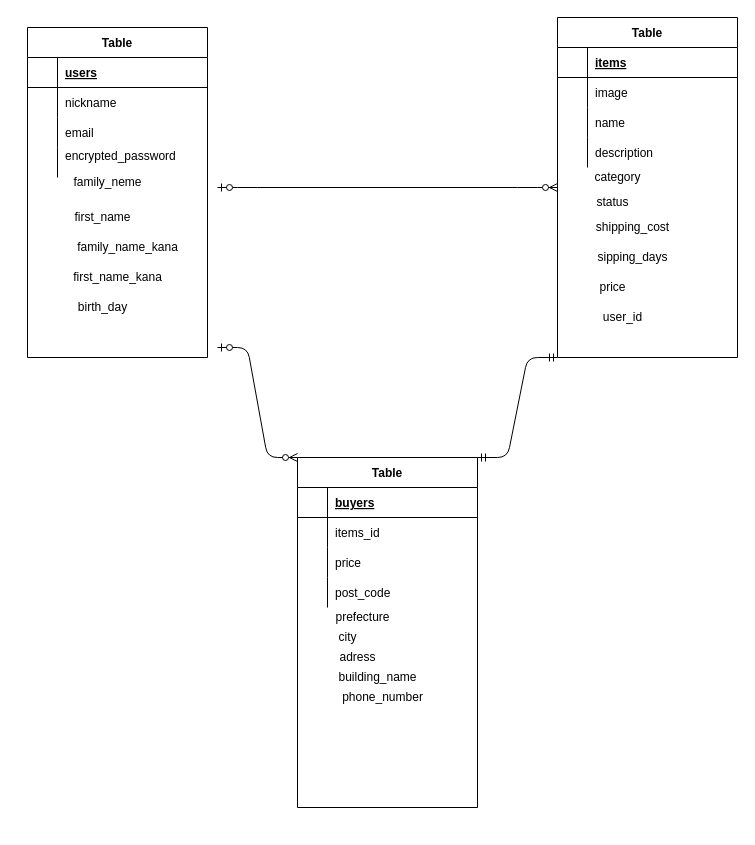
Above: furima.dio in jpei-kawakun/furima-34431 (draw.io), before the change. Source tidied: cells renumbered, new cells numbered last; positions are measured from the earlier drawing's top-left corner, leaving out a move shared by most shapes. Both pictures are drawn from the tidied source at 100%, with x=0, y=0 at pixel (27, 17).
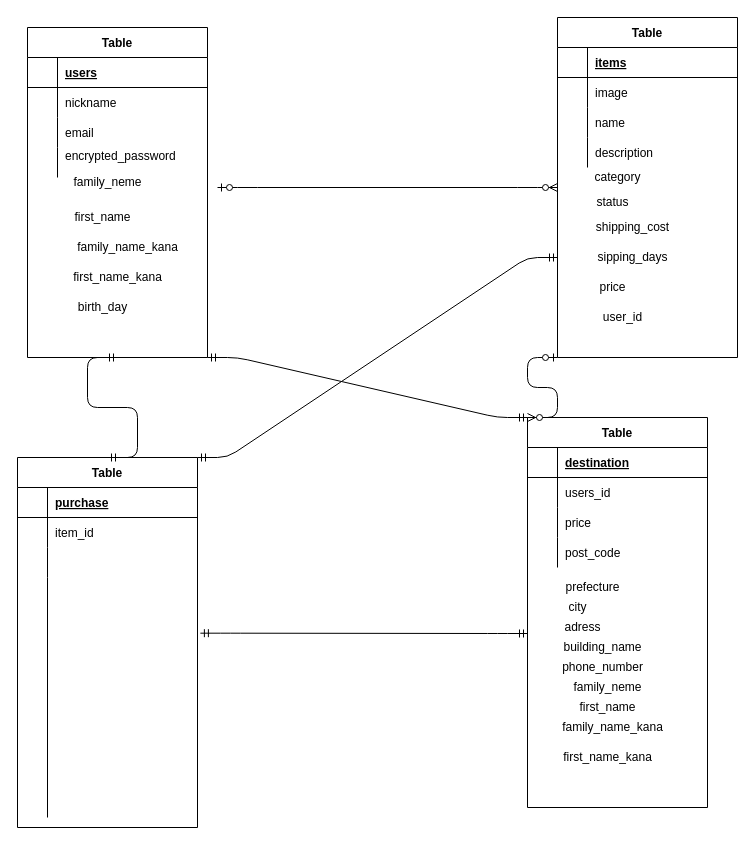
The same diagram, later.

Commit message (it also covers changes not shown here):
配送先テーブル、購入管理ページの振り分け

Unchanged cells that the change refers to:
```xml
<mxCell id="2" value="Table" style="shape=table;startSize=30;childLayout=tableLayout;rowLines=0;fontStyle=1;align=center;" parent="1" vertex="1">
  <mxGeometry y="10" width="180" height="330" as="geometry" />
</mxCell>
<mxCell id="15" value="Table" style="shape=table;startSize=30;childLayout=tableLayout;rowLines=0;fontStyle=1;align=center;" parent="1" vertex="1">
  <mxGeometry x="530" width="180" height="340" as="geometry" />
</mxCell>
<mxCell id="41" style="shape=partialRectangle;fillColor=none;top=0;left=0;bottom=1;right=0;" parent="40" vertex="1">
  <mxGeometry y="30" width="180" height="30" as="geometry" />
</mxCell>
<mxCell id="44" style="shape=partialRectangle;fillColor=none;top=0;left=0;bottom=0;right=0;" parent="40" vertex="1">
  <mxGeometry y="60" width="180" height="30" as="geometry" />
</mxCell>
```

Diff of the diagram source:
```diff
@@
     <mxCell id="40" value="Table" style="shape=table;startSize=30;childLayout=tableLayout;rowLines=0;fontStyle=1;align=center;" parent="1" vertex="1">
-      <mxGeometry x="270" y="440" width="180" height="350" as="geometry" />
+      <mxGeometry x="500" y="400" width="180" height="390" as="geometry" />
     </mxCell>
@@
-    <mxCell id="43" value="buyers" style="shape=partialRectangle;fillColor=none;top=0;left=0;bottom=0;right=0;align=left;spacingLeft=6;fontStyle=5;overflow=hidden;" parent="41" vertex="1">
+    <mxCell id="43" value="destination" style="shape=partialRectangle;fillColor=none;top=0;left=0;bottom=0;right=0;align=left;spacingLeft=6;fontStyle=5;overflow=hidden;" parent="41" vertex="1">
       <mxGeometry x="30" width="150" height="30" as="geometry" />
     </mxCell>
@@
-    <mxCell id="46" value="items_id" style="shape=partialRectangle;fillColor=none;top=0;left=0;bottom=0;right=0;align=left;spacingLeft=6;overflow=hidden;" parent="44" vertex="1">
+    <mxCell id="46" value="users_id" style="shape=partialRectangle;fillColor=none;top=0;left=0;bottom=0;right=0;align=left;spacingLeft=6;overflow=hidden;" parent="44" vertex="1">
       <mxGeometry x="30" width="150" height="30" as="geometry" />
     </mxCell>
@@
-    <mxCell id="54" style="edgeStyle=entityRelationEdgeStyle;fontSize=12;html=1;endArrow=ERzeroToMany;startArrow=ERzeroToOne;entryX=0;entryY=0;entryDx=0;entryDy=0;" parent="1" edge="1" target="40">
-      <mxGeometry relative="1" as="geometry">
-        <mxPoint x="190" y="330" as="sourcePoint" />
-      </mxGeometry>
-    </mxCell>
-    <mxCell id="55" style="edgeStyle=entityRelationEdgeStyle;fontSize=12;html=1;endArrow=ERmandOne;startArrow=ERmandOne;entryX=0;entryY=1;entryDx=0;entryDy=0;exitX=1;exitY=0;exitDx=0;exitDy=0;" parent="1" edge="1" source="40" target="15">
-      <mxGeometry relative="1" as="geometry" />
-    </mxCell>
     <mxCell id="56" value="prefecture" style="text;html=1;align=center;verticalAlign=middle;" parent="1" vertex="1">
-      <mxGeometry x="300" y="590" width="70" height="20" as="geometry" />
+      <mxGeometry x="530" y="560" width="70" height="20" as="geometry" />
     </mxCell>
     <mxCell id="57" value="city" style="text;html=1;align=center;verticalAlign=middle;" parent="1" vertex="1">
-      <mxGeometry x="305" y="610" width="30" height="20" as="geometry" />
+      <mxGeometry x="535" y="580" width="30" height="20" as="geometry" />
     </mxCell>
     <mxCell id="58" value="adress" style="text;html=1;align=center;verticalAlign=middle;" parent="1" vertex="1">
-      <mxGeometry x="305" y="630" width="50" height="20" as="geometry" />
+      <mxGeometry x="530" y="600" width="50" height="20" as="geometry" />
     </mxCell>
     <mxCell id="59" value="building_name" style="text;html=1;align=center;verticalAlign=middle;" parent="1" vertex="1">
-      <mxGeometry x="305" y="650" width="90" height="20" as="geometry" />
+      <mxGeometry x="530" y="620" width="90" height="20" as="geometry" />
     </mxCell>
     <mxCell id="60" value="phone_number" style="text;html=1;align=center;verticalAlign=middle;" parent="1" vertex="1">
-      <mxGeometry x="305" y="670" width="100" height="20" as="geometry" />
+      <mxGeometry x="525" y="640" width="100" height="20" as="geometry" />
     </mxCell>
+    <mxCell id="61" value="Table" style="shape=table;startSize=30;childLayout=tableLayout;rowLines=0;fontStyle=1;align=center;" parent="1" vertex="1">
+      <mxGeometry x="-10" y="440" width="180" height="370" as="geometry" />
+    </mxCell>
+    <mxCell id="62" style="shape=partialRectangle;fillColor=none;top=0;left=0;bottom=1;right=0;" parent="61" vertex="1">
+      <mxGeometry y="30" width="180" height="30" as="geometry" />
+    </mxCell>
+    <mxCell id="63" style="shape=partialRectangle;fillColor=none;top=0;left=0;bottom=0;right=0;fontStyle=1;overflow=hidden;" parent="62" vertex="1">
+      <mxGeometry width="30" height="30" as="geometry" />
+    </mxCell>
+    <mxCell id="64" value="purchase" style="shape=partialRectangle;fillColor=none;top=0;left=0;bottom=0;right=0;align=left;spacingLeft=6;fontStyle=5;overflow=hidden;" parent="62" vertex="1">
+      <mxGeometry x="30" width="150" height="30" as="geometry" />
+    </mxCell>
+    <mxCell id="65" style="shape=partialRectangle;fillColor=none;top=0;left=0;bottom=0;right=0;" parent="61" vertex="1">
+      <mxGeometry y="60" width="180" height="30" as="geometry" />
+    </mxCell>
+    <mxCell id="66" style="shape=partialRectangle;fillColor=none;top=0;left=0;bottom=0;right=0;overflow=hidden;" parent="65" vertex="1">
+      <mxGeometry width="30" height="30" as="geometry" />
+    </mxCell>
+    <mxCell id="67" value="item_id" style="shape=partialRectangle;fillColor=none;top=0;left=0;bottom=0;right=0;align=left;spacingLeft=6;overflow=hidden;" parent="65" vertex="1">
+      <mxGeometry x="30" width="150" height="30" as="geometry" />
+    </mxCell>
+    <mxCell id="68" style="shape=partialRectangle;fillColor=none;top=0;left=0;bottom=0;right=0;" parent="61" vertex="1">
+      <mxGeometry y="90" width="180" height="30" as="geometry" />
+    </mxCell>
+    <mxCell id="69" style="shape=partialRectangle;fillColor=none;top=0;left=0;bottom=0;right=0;overflow=hidden;" parent="68" vertex="1">
+      <mxGeometry width="30" height="30" as="geometry" />
+    </mxCell>
+    <mxCell id="70" style="shape=partialRectangle;fillColor=none;top=0;left=0;bottom=0;right=0;align=left;spacingLeft=6;overflow=hidden;" parent="68" vertex="1">
+      <mxGeometry x="30" width="150" height="30" as="geometry" />
+    </mxCell>
+    <mxCell id="71" style="shape=partialRectangle;fillColor=none;top=0;left=0;bottom=0;right=0;points=[[0,0.5],[1,0.5]];portConstraint=eastwest;" parent="61" vertex="1">
+      <mxGeometry y="120" width="180" height="240" as="geometry" />
+    </mxCell>
+    <mxCell id="72" style="shape=partialRectangle;fillColor=none;top=0;left=0;bottom=0;right=0;overflow=hidden;" parent="71" vertex="1">
+      <mxGeometry width="30" height="240" as="geometry" />
+    </mxCell>
+    <mxCell id="73" style="shape=partialRectangle;fillColor=none;top=0;left=0;bottom=0;right=0;align=left;spacingLeft=6;overflow=hidden;" parent="71" vertex="1">
+      <mxGeometry x="30" width="150" height="240" as="geometry" />
+    </mxCell>
+    <mxCell id="74" style="text;html=1;align=center;verticalAlign=middle;" parent="1" vertex="1">
+      <mxGeometry x="550" y="660" width="20" height="20" as="geometry" />
+    </mxCell>
+    <mxCell id="75" value="family_neme" style="text;html=1;align=center;verticalAlign=middle;" parent="1" vertex="1">
+      <mxGeometry x="540" y="660" width="80" height="20" as="geometry" />
+    </mxCell>
+    <mxCell id="76" value="first_name" style="text;html=1;align=center;verticalAlign=middle;" parent="1" vertex="1">
+      <mxGeometry x="545" y="680" width="70" height="20" as="geometry" />
+    </mxCell>
+    <mxCell id="77" value="family_name_kana" style="text;html=1;align=center;verticalAlign=middle;" parent="1" vertex="1">
+      <mxGeometry x="525" y="700" width="120" height="20" as="geometry" />
+    </mxCell>
+    <mxCell id="78" value="first_name_kana" style="text;html=1;align=center;verticalAlign=middle;" parent="1" vertex="1">
+      <mxGeometry x="530" y="730" width="100" height="20" as="geometry" />
+    </mxCell>
+    <mxCell id="79" style="edgeStyle=entityRelationEdgeStyle;fontSize=12;html=1;endArrow=ERmandOne;startArrow=ERmandOne;exitX=1;exitY=1;exitDx=0;exitDy=0;entryX=0;entryY=0;entryDx=0;entryDy=0;" parent="1" edge="1" source="2" target="40">
+      <mxGeometry relative="1" as="geometry" />
+    </mxCell>
+    <mxCell id="80" style="edgeStyle=entityRelationEdgeStyle;fontSize=12;html=1;endArrow=ERzeroToMany;startArrow=ERzeroToOne;entryX=0;entryY=0;entryDx=0;entryDy=0;exitX=0;exitY=1;exitDx=0;exitDy=0;" parent="1" edge="1" source="15" target="40">
+      <mxGeometry relative="1" as="geometry" />
+    </mxCell>
+    <mxCell id="81" style="edgeStyle=entityRelationEdgeStyle;fontSize=12;html=1;endArrow=ERmandOne;startArrow=ERmandOne;exitX=1;exitY=0;exitDx=0;exitDy=0;" parent="1" edge="1" source="61">
+      <mxGeometry relative="1" as="geometry">
+        <mxPoint x="530" y="240" as="targetPoint" />
+      </mxGeometry>
+    </mxCell>
+    <mxCell id="82" style="edgeStyle=entityRelationEdgeStyle;fontSize=12;html=1;endArrow=ERmandOne;startArrow=ERmandOne;exitX=1.016;exitY=0.232;exitDx=0;exitDy=0;exitPerimeter=0;" parent="1" edge="1" source="71">
+      <mxGeometry relative="1" as="geometry">
+        <mxPoint x="500" y="616" as="targetPoint" />
+      </mxGeometry>
+    </mxCell>
+    <mxCell id="83" style="edgeStyle=entityRelationEdgeStyle;fontSize=12;html=1;endArrow=ERmandOne;startArrow=ERmandOne;exitX=0.5;exitY=1;exitDx=0;exitDy=0;entryX=0.5;entryY=0;entryDx=0;entryDy=0;" parent="1" edge="1" source="2" target="61">
+      <mxGeometry relative="1" as="geometry" />
+    </mxCell>
```
